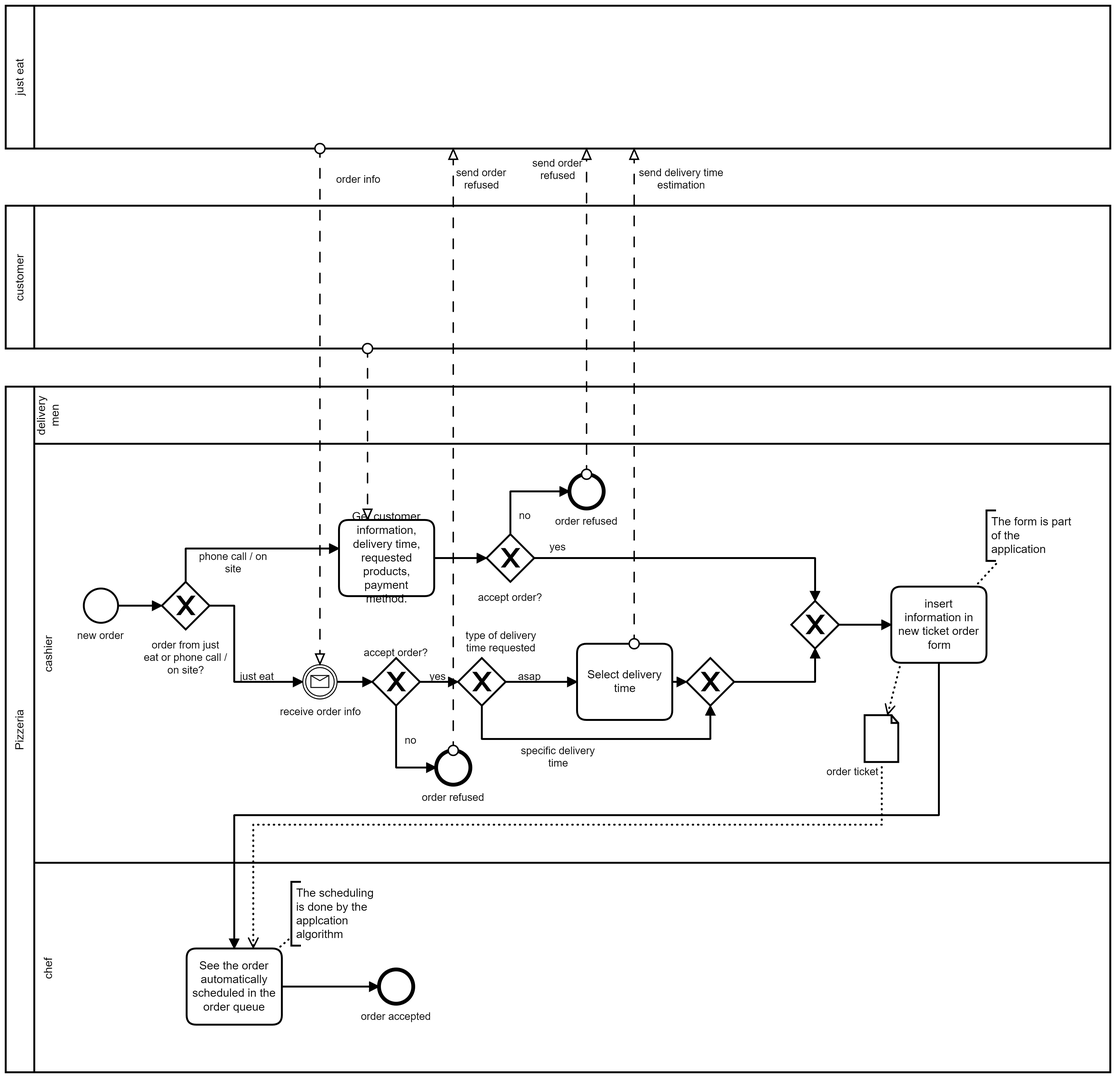
MattiaRiola/is-pizzeria-project keeps this BPMN diagram as images/BPMN_TOBE_GetNewOrder.png. Above is the earlier version. Its source is kept beside it as camunda_files/BPMN_TOBE_GetNewOrder.bpmn. Ids are renumbered.
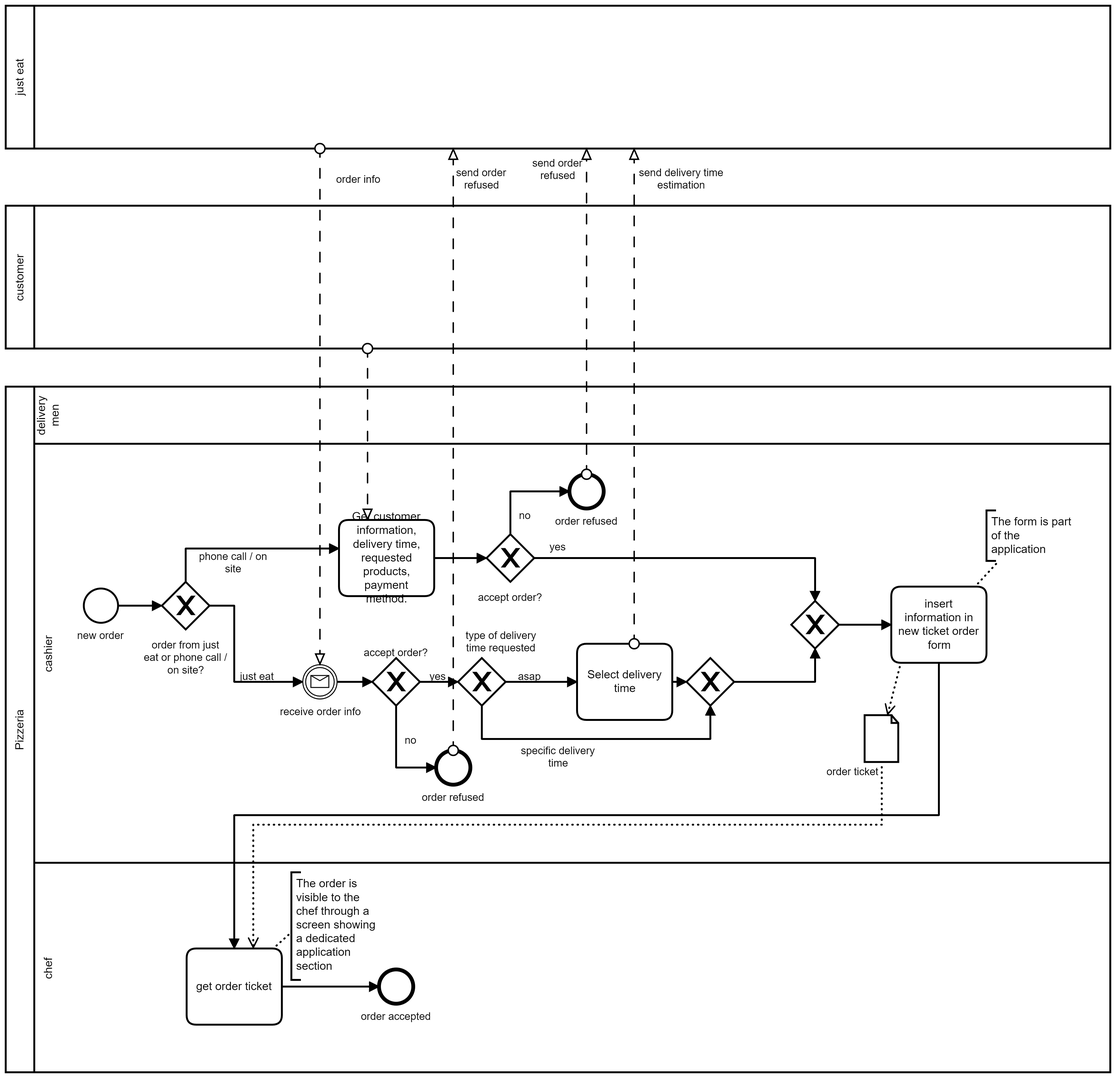
The same file after the commit.

What changed in the source:
```diff
@@ -89,7 +89,7 @@
     </bpmn:task>
     <bpmn:dataObjectReference id="DataObjectReference_n49" name="order ticket" dataObjectRef="DataObject_n50" />
     <bpmn:dataObject id="DataObject_n50" />
-    <bpmn:task id="Activity_n31" name="See the order automatically scheduled in the order queue">
+    <bpmn:task id="Activity_n31" name="get order ticket">
       <bpmn:incoming>Flow_n46</bpmn:incoming>
       <bpmn:outgoing>Flow_n44</bpmn:outgoing>
       <bpmn:property id="Property_n51" name="__targetRef_placeholder" />
@@ -126,7 +126,7 @@
     </bpmn:textAnnotation>
     <bpmn:association id="Association_n56" sourceRef="Activity_n28" targetRef="TextAnnotation_n55" />
     <bpmn:textAnnotation id="TextAnnotation_n57">
-      <bpmn:text>The scheduling is done by the applcation algorithm</bpmn:text>
+      <bpmn:text>The order is visible to the chef through a screen showing a dedicated application section</bpmn:text>
     </bpmn:textAnnotation>
     <bpmn:association id="Association_n58" sourceRef="Activity_n31" targetRef="TextAnnotation_n57" />
   </bpmn:process>
@@ -146,12 +146,29 @@
       <bpmndi:BPMNShape id="Lane_n20_di" bpmnElement="Lane_n20" isHorizontal="true">
         <dc:Bounds x="190" y="450" width="1130" height="60" />
       </bpmndi:BPMNShape>
-      <bpmndi:BPMNShape id="TextAnnotation_n55_di" bpmnElement="TextAnnotation_n55">
-        <dc:Bounds x="1190" y="580" width="99.99999822778292" height="53.426248548199766" />
+      <bpmndi:BPMNShape id="TextAnnotation_n57_di" bpmnElement="TextAnnotation_n57">
+        <dc:Bounds x="460" y="960" width="100" height="113" />
       </bpmndi:BPMNShape>
-      <bpmndi:BPMNShape id="TextAnnotation_n57_di" bpmnElement="TextAnnotation_n57">
-        <dc:Bounds x="460" y="970" width="99.99999822778292" height="67.36353077816493" />
-      </bpmndi:BPMNShape>
+      <bpmndi:BPMNEdge id="Flow_n47_di" bpmnElement="Flow_n47">
+        <di:waypoint x="715" y="630" />
+        <di:waypoint x="1010" y="630" />
+        <di:waypoint x="1010" y="675" />
+        <bpmndi:BPMNLabel>
+          <dc:Bounds x="731" y="612" width="17" height="14" />
+        </bpmndi:BPMNLabel>
+      </bpmndi:BPMNEdge>
+      <bpmndi:BPMNEdge id="Flow_n54_di" bpmnElement="Flow_n54">
+        <di:waypoint x="690" y="605" />
+        <di:waypoint x="690" y="560" />
+        <di:waypoint x="752" y="560" />
+        <bpmndi:BPMNLabel>
+          <dc:Bounds x="699" y="579" width="13" height="14" />
+        </bpmndi:BPMNLabel>
+      </bpmndi:BPMNEdge>
+      <bpmndi:BPMNEdge id="Flow_n53_di" bpmnElement="Flow_n53">
+        <di:waypoint x="610" y="630" />
+        <di:waypoint x="665" y="630" />
+      </bpmndi:BPMNEdge>
       <bpmndi:BPMNEdge id="Flow_n43_di" bpmnElement="Flow_n43">
         <di:waypoint x="925" y="760" />
         <di:waypoint x="1010" y="760" />
@@ -231,26 +248,6 @@
         <di:waypoint x="278" y="680" />
         <di:waypoint x="324" y="680" />
       </bpmndi:BPMNEdge>
-      <bpmndi:BPMNEdge id="Flow_n53_di" bpmnElement="Flow_n53">
-        <di:waypoint x="610" y="630" />
-        <di:waypoint x="665" y="630" />
-      </bpmndi:BPMNEdge>
-      <bpmndi:BPMNEdge id="Flow_n54_di" bpmnElement="Flow_n54">
-        <di:waypoint x="690" y="605" />
-        <di:waypoint x="690" y="560" />
-        <di:waypoint x="752" y="560" />
-        <bpmndi:BPMNLabel>
-          <dc:Bounds x="699" y="579" width="13" height="14" />
-        </bpmndi:BPMNLabel>
-      </bpmndi:BPMNEdge>
-      <bpmndi:BPMNEdge id="Flow_n47_di" bpmnElement="Flow_n47">
-        <di:waypoint x="715" y="630" />
-        <di:waypoint x="1010" y="630" />
-        <di:waypoint x="1010" y="675" />
-        <bpmndi:BPMNLabel>
-          <dc:Bounds x="731" y="612" width="17" height="14" />
-        </bpmndi:BPMNLabel>
-      </bpmndi:BPMNEdge>
       <bpmndi:BPMNShape id="Event_n22_di" bpmnElement="Event_n22">
         <dc:Bounds x="242" y="662" width="36" height="36" />
         <bpmndi:BPMNLabel>
@@ -263,19 +260,10 @@
           <dc:Bounds x="304" y="715" width="90" height="40" />
         </bpmndi:BPMNLabel>
       </bpmndi:BPMNShape>
-      <bpmndi:BPMNShape id="Activity_n10_di" bpmnElement="Activity_n10">
-        <dc:Bounds x="510" y="590" width="100" height="80" />
-      </bpmndi:BPMNShape>
       <bpmndi:BPMNShape id="Event_1e7youf_di" bpmnElement="Event_n12">
         <dc:Bounds x="472" y="742" width="36" height="36" />
         <bpmndi:BPMNLabel>
           <dc:Bounds x="448" y="785" width="85" height="14" />
-        </bpmndi:BPMNLabel>
-      </bpmndi:BPMNShape>
-      <bpmndi:BPMNShape id="Gateway_n24_di" bpmnElement="Gateway_n24" isMarkerVisible="true">
-        <dc:Bounds x="545" y="735" width="50" height="50" />
-        <bpmndi:BPMNLabel>
-          <dc:Bounds x="536" y="723" width="68" height="14" />
         </bpmndi:BPMNLabel>
       </bpmndi:BPMNShape>
       <bpmndi:BPMNShape id="Gateway_n25_di" bpmnElement="Gateway_n25" isMarkerVisible="true">
@@ -317,6 +305,12 @@
           <dc:Bounds x="533" y="1105" width="74" height="14" />
         </bpmndi:BPMNLabel>
       </bpmndi:BPMNShape>
+      <bpmndi:BPMNShape id="Gateway_n24_di" bpmnElement="Gateway_n24" isMarkerVisible="true">
+        <dc:Bounds x="545" y="735" width="50" height="50" />
+        <bpmndi:BPMNLabel>
+          <dc:Bounds x="536" y="723" width="68" height="14" />
+        </bpmndi:BPMNLabel>
+      </bpmndi:BPMNShape>
       <bpmndi:BPMNShape id="Gateway_n29_di" bpmnElement="Gateway_n29" isMarkerVisible="true">
         <dc:Bounds x="665" y="605" width="50" height="50" />
         <bpmndi:BPMNLabel>
@@ -329,29 +323,35 @@
           <dc:Bounds x="737" y="585" width="66" height="14" />
         </bpmndi:BPMNLabel>
       </bpmndi:BPMNShape>
+      <bpmndi:BPMNShape id="Activity_n10_di" bpmnElement="Activity_n10">
+        <dc:Bounds x="510" y="590" width="100" height="80" />
+      </bpmndi:BPMNShape>
+      <bpmndi:BPMNShape id="TextAnnotation_n55_di" bpmnElement="TextAnnotation_n55">
+        <dc:Bounds x="1190" y="580" width="99.99999822778292" height="53.426248548199766" />
+      </bpmndi:BPMNShape>
       <bpmndi:BPMNEdge id="Association_n56_di" bpmnElement="Association_n56">
         <di:waypoint x="1178" y="660" />
         <di:waypoint x="1203" y="633" />
       </bpmndi:BPMNEdge>
       <bpmndi:BPMNEdge id="Association_n58_di" bpmnElement="Association_n58">
-        <di:waypoint x="445" y="1041" />
-        <di:waypoint x="460" y="1028" />
+        <di:waypoint x="441" y="1040" />
+        <di:waypoint x="460" y="1023" />
       </bpmndi:BPMNEdge>
+      <bpmndi:BPMNShape id="Participant_n5_di" bpmnElement="Participant_n5" isHorizontal="true">
+        <dc:Bounds x="160" y="260" width="1160" height="150" />
+      </bpmndi:BPMNShape>
       <bpmndi:BPMNShape id="Participant_n7_di" bpmnElement="Participant_n7" isHorizontal="true">
         <dc:Bounds x="160" y="50" width="1160" height="150" />
       </bpmndi:BPMNShape>
-      <bpmndi:BPMNShape id="Participant_n5_di" bpmnElement="Participant_n5" isHorizontal="true">
-        <dc:Bounds x="160" y="260" width="1160" height="150" />
-      </bpmndi:BPMNShape>
+      <bpmndi:BPMNEdge id="DataOutputAssociation_n48_di" bpmnElement="DataOutputAssociation_n48">
+        <di:waypoint x="1100" y="740" />
+        <di:waypoint x="1086" y="795" />
+      </bpmndi:BPMNEdge>
       <bpmndi:BPMNEdge id="DataInputAssociation_n52_di" bpmnElement="DataInputAssociation_n52">
         <di:waypoint x="1080" y="845" />
         <di:waypoint x="1080" y="910" />
         <di:waypoint x="420" y="910" />
         <di:waypoint x="420" y="1040" />
-      </bpmndi:BPMNEdge>
-      <bpmndi:BPMNEdge id="DataOutputAssociation_n48_di" bpmnElement="DataOutputAssociation_n48">
-        <di:waypoint x="1100" y="740" />
-        <di:waypoint x="1086" y="795" />
       </bpmndi:BPMNEdge>
       <bpmndi:BPMNEdge id="Flow_n9_di" bpmnElement="Flow_n9">
         <di:waypoint x="540" y="410" />
```
